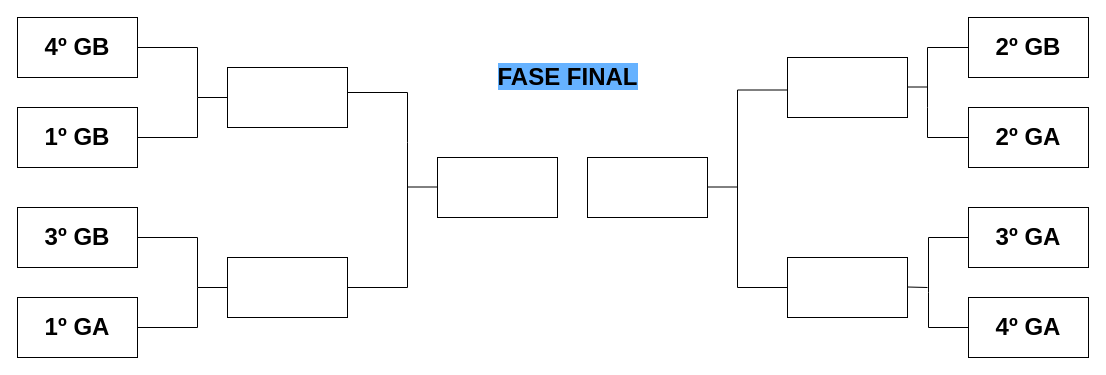
Above: FaseFinal/Sorteo_posiciones_cuartos.drawio in Papuuu21/Champions_Mister (draw.io), before the change. Source tidied: cells renumbered, new cells numbered last; positions are measured from the earlier drawing's top-left corner, leaving out a move shared by most shapes. Both pictures are drawn from the tidied source at 100%, with x=0, y=0 at pixel (17, 17).
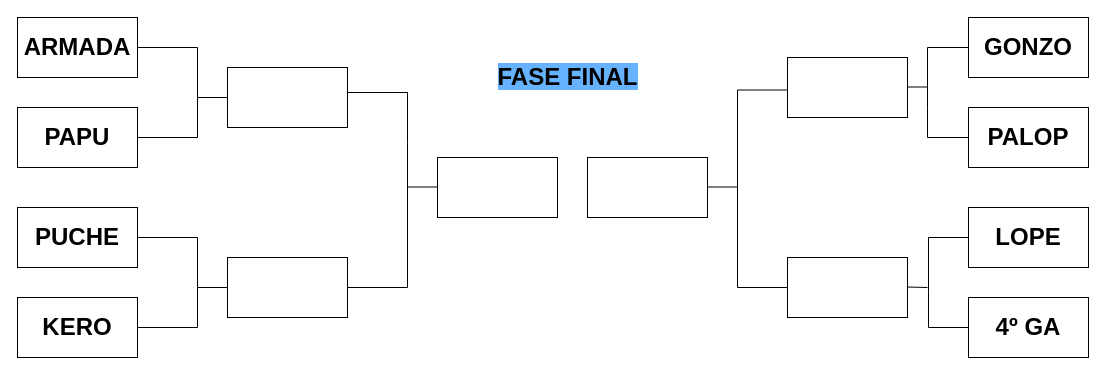
After the change.

Diff of the diagram source:
```diff
@@
-    <mxCell id="2" value="&lt;b&gt;&lt;font style=&quot;font-size: 24px;&quot;&gt;1º GB&lt;/font&gt;&lt;/b&gt;" style="rounded=0;whiteSpace=wrap;html=1;" parent="1" vertex="1">
+    <mxCell id="2" value="&lt;b&gt;&lt;font style=&quot;font-size: 24px;&quot;&gt;PAPU&lt;/font&gt;&lt;/b&gt;" style="rounded=0;whiteSpace=wrap;html=1;" parent="1" vertex="1">
       <mxGeometry y="90" width="120" height="60" as="geometry" />
     </mxCell>
-    <mxCell id="3" value="&lt;b&gt;&lt;font style=&quot;font-size: 24px;&quot;&gt;4º GB&lt;/font&gt;&lt;/b&gt;" style="rounded=0;whiteSpace=wrap;html=1;" parent="1" vertex="1">
+    <mxCell id="3" value="&lt;b&gt;&lt;font style=&quot;font-size: 24px;&quot;&gt;ARMADA&lt;/font&gt;&lt;/b&gt;" style="rounded=0;whiteSpace=wrap;html=1;" parent="1" vertex="1">
       <mxGeometry width="120" height="60" as="geometry" />
     </mxCell>
-    <mxCell id="4" value="&lt;font style=&quot;font-size: 24px;&quot;&gt;&lt;b&gt;3º GB&lt;/b&gt;&lt;/font&gt;" style="rounded=0;whiteSpace=wrap;html=1;" parent="1" vertex="1">
+    <mxCell id="4" value="&lt;font style=&quot;font-size: 24px;&quot;&gt;&lt;b&gt;PUCHE&lt;/b&gt;&lt;/font&gt;" style="rounded=0;whiteSpace=wrap;html=1;" parent="1" vertex="1">
       <mxGeometry y="190" width="120" height="60" as="geometry" />
     </mxCell>
-    <mxCell id="5" value="&lt;font style=&quot;font-size: 24px;&quot;&gt;&lt;b&gt;1º GA&lt;/b&gt;&lt;/font&gt;" style="rounded=0;whiteSpace=wrap;html=1;" parent="1" vertex="1">
+    <mxCell id="5" value="&lt;font style=&quot;font-size: 24px;&quot;&gt;&lt;b&gt;KERO&lt;/b&gt;&lt;/font&gt;" style="rounded=0;whiteSpace=wrap;html=1;" parent="1" vertex="1">
       <mxGeometry y="280" width="120" height="60" as="geometry" />
     </mxCell>
@@
-    <mxCell id="15" value="&lt;font style=&quot;font-size: 24px;&quot;&gt;&lt;b&gt;2º GA&lt;/b&gt;&lt;/font&gt;" style="rounded=0;whiteSpace=wrap;html=1;" parent="1" vertex="1">
+    <mxCell id="15" value="&lt;font style=&quot;font-size: 24px;&quot;&gt;&lt;b&gt;PALOP&lt;/b&gt;&lt;/font&gt;" style="rounded=0;whiteSpace=wrap;html=1;" parent="1" vertex="1">
       <mxGeometry x="951" y="90" width="120" height="60" as="geometry" />
     </mxCell>
-    <mxCell id="16" value="&lt;b&gt;&lt;font style=&quot;font-size: 24px;&quot;&gt;2º GB&lt;/font&gt;&lt;/b&gt;" style="rounded=0;whiteSpace=wrap;html=1;" parent="1" vertex="1">
+    <mxCell id="16" value="&lt;b&gt;&lt;font style=&quot;font-size: 24px;&quot;&gt;GONZO&lt;/font&gt;&lt;/b&gt;" style="rounded=0;whiteSpace=wrap;html=1;" parent="1" vertex="1">
       <mxGeometry x="951" width="120" height="60" as="geometry" />
     </mxCell>
-    <mxCell id="17" value="&lt;b&gt;&lt;font style=&quot;font-size: 24px;&quot;&gt;3º GA&lt;/font&gt;&lt;/b&gt;" style="rounded=0;whiteSpace=wrap;html=1;" parent="1" vertex="1">
+    <mxCell id="17" value="&lt;b&gt;&lt;font style=&quot;font-size: 24px;&quot;&gt;LOPE&lt;/font&gt;&lt;/b&gt;" style="rounded=0;whiteSpace=wrap;html=1;" parent="1" vertex="1">
       <mxGeometry x="951" y="190" width="120" height="60" as="geometry" />
     </mxCell>
```
